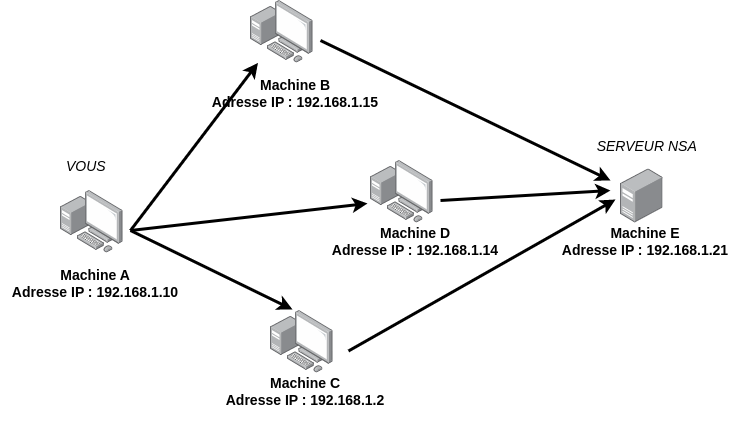
vkeller/modulo-gybe keeps this draw.io diagram as _images/reseau.png. Above is the earlier version. Source tidied: cells renumbered, new cells last; positions are measured from the earlier drawing's top-left corner, leaving out a move shared by most shapes.
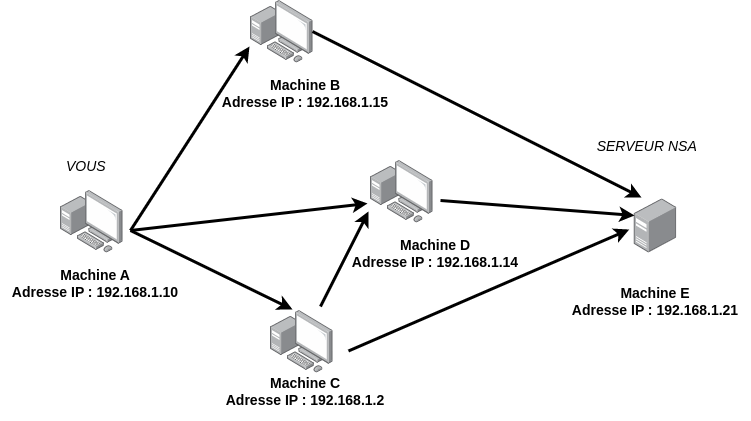
After the change.

Diff of the diagram source:
```diff
@@ -15,22 +15,22 @@
       <mxGeometry x="270" y="310" width="62.4" height="62.4" as="geometry" />
     </mxCell>
     <mxCell id="6" style="points=[];html=1;align=center;shadow=0;dashed=0;image;image=img/lib/allied_telesis/computer_and_terminals/Server_Desktop.svg;" parent="1" vertex="1">
-      <mxGeometry x="620" y="168.4" width="42.6" height="54" as="geometry" />
+      <mxGeometry x="633.7" y="198.4" width="42.6" height="54" as="geometry" />
     </mxCell>
     <mxCell id="7" value="Machine A&#10;Adresse IP : 192.168.1.10" style="text;strokeColor=none;fillColor=none;align=center;verticalAlign=middle;spacingLeft=4;spacingRight=4;overflow=hidden;fontSize=14;fontStyle=1;" parent="1" vertex="1">
       <mxGeometry y="252.4" width="190" height="60" as="geometry" />
     </mxCell>
     <mxCell id="8" value="Machine B&#10;Adresse IP : 192.168.1.15" style="text;strokeColor=none;fillColor=none;align=center;verticalAlign=middle;spacingLeft=4;spacingRight=4;overflow=hidden;fontSize=14;fontStyle=1;" parent="1" vertex="1">
-      <mxGeometry x="200" y="62.4" width="190" height="60" as="geometry" />
+      <mxGeometry x="210" y="62.4" width="190" height="60" as="geometry" />
     </mxCell>
     <mxCell id="9" value="Machine C&#10;Adresse IP : 192.168.1.2" style="text;strokeColor=none;fillColor=none;align=center;verticalAlign=middle;spacingLeft=4;spacingRight=4;overflow=hidden;fontSize=14;fontStyle=1;" parent="1" vertex="1">
       <mxGeometry x="210" y="360" width="190" height="60" as="geometry" />
     </mxCell>
     <mxCell id="10" value="Machine D&#10;Adresse IP : 192.168.1.14" style="text;strokeColor=none;fillColor=none;align=center;verticalAlign=middle;spacingLeft=4;spacingRight=4;overflow=hidden;fontSize=14;fontStyle=1;" parent="1" vertex="1">
-      <mxGeometry x="320" y="210" width="190" height="60" as="geometry" />
+      <mxGeometry x="340" y="222.4" width="190" height="60" as="geometry" />
     </mxCell>
     <mxCell id="11" value="Machine E&#10;Adresse IP : 192.168.1.21" style="text;strokeColor=none;fillColor=none;align=center;verticalAlign=middle;spacingLeft=4;spacingRight=4;overflow=hidden;fontSize=14;fontStyle=1;" parent="1" vertex="1">
-      <mxGeometry x="550" y="210" width="190" height="60" as="geometry" />
+      <mxGeometry x="560" y="270" width="190" height="60" as="geometry" />
     </mxCell>
     <mxCell id="12" value="VOUS" style="text;strokeColor=none;fillColor=none;align=left;verticalAlign=middle;spacingLeft=4;spacingRight=4;overflow=hidden;fontSize=14;fontStyle=2;" parent="1" vertex="1">
       <mxGeometry x="60" y="150" width="80" height="30" as="geometry" />
@@ -38,7 +38,7 @@
     <mxCell id="13" value="SERVEUR NSA" style="text;strokeColor=none;fillColor=none;align=left;verticalAlign=middle;spacingLeft=4;spacingRight=4;overflow=hidden;fontSize=14;fontStyle=2;" parent="1" vertex="1">
       <mxGeometry x="590.6" y="130" width="108.7" height="30" as="geometry" />
     </mxCell>
-    <mxCell id="14" style="endArrow=classic;html=1;rounded=0;fontSize=14;strokeWidth=3;" parent="1" edge="1" target="3">
+    <mxCell id="14" style="endArrow=classic;html=1;rounded=0;fontSize=14;strokeWidth=3;entryX=-0.016;entryY=0.737;entryDx=0;entryDy=0;entryPerimeter=0;" parent="1" edge="1" target="3">
       <mxGeometry relative="1" as="geometry">
         <mxPoint x="130" y="230" as="sourcePoint" />
       </mxGeometry>
@@ -58,17 +58,16 @@
         <mxPoint x="348" y="350.5" as="sourcePoint" />
       </mxGeometry>
     </mxCell>
-    <mxCell id="18" style="endArrow=classic;html=1;rounded=0;fontSize=14;strokeWidth=3;" parent="1" edge="1">
+    <mxCell id="18" style="endArrow=classic;html=1;rounded=0;fontSize=14;strokeWidth=3;entryX=0.007;entryY=0.307;entryDx=0;entryDy=0;entryPerimeter=0;" parent="1" edge="1" target="6">
       <mxGeometry relative="1" as="geometry">
         <mxPoint x="440" y="200" as="sourcePoint" />
-        <mxPoint x="610" y="190" as="targetPoint" />
       </mxGeometry>
     </mxCell>
-    <mxCell id="19" style="endArrow=classic;html=1;rounded=0;fontSize=14;strokeWidth=3;" parent="1" edge="1">
-      <mxGeometry relative="1" as="geometry">
-        <mxPoint x="320" y="40" as="sourcePoint" />
-        <mxPoint x="610" y="180" as="targetPoint" />
-      </mxGeometry>
+    <mxCell id="19" style="endArrow=classic;html=1;rounded=0;fontSize=14;strokeWidth=3;entryX=0.171;entryY=-0.026;entryDx=0;entryDy=0;entryPerimeter=0;exitX=0.994;exitY=0.497;exitDx=0;exitDy=0;exitPerimeter=0;" parent="1" edge="1" source="3" target="6">
+      <mxGeometry relative="1" as="geometry" />
     </mxCell>
+    <mxCell id="20" style="endArrow=classic;html=1;rounded=0;fontSize=14;strokeWidth=3;entryX=-0.032;entryY=0.817;entryDx=0;entryDy=0;entryPerimeter=0;exitX=0.801;exitY=-0.064;exitDx=0;exitDy=0;exitPerimeter=0;" parent="1" edge="1" source="5" target="4">
+      <mxGeometry relative="1" as="geometry" />
+    </mxCell>
   </root>
 </mxGraphModel>
```
